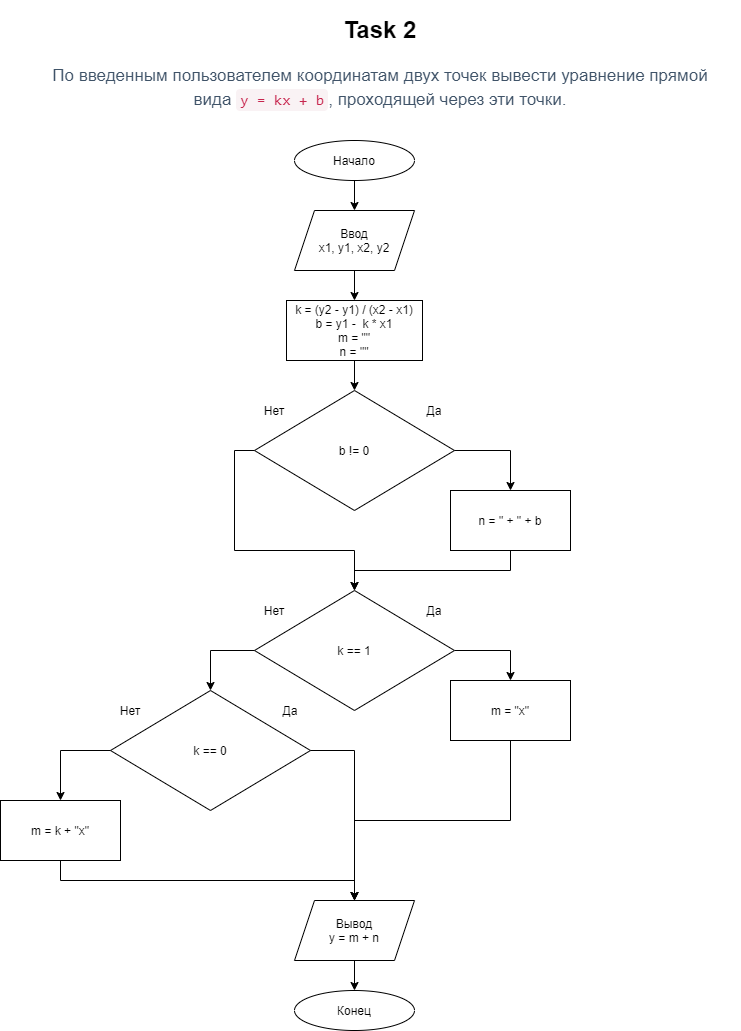
vic-k23/Geekbrains_algorithms_DS_on_Python keeps this draw.io diagram as Lesson1/FlowCharts/lesson1-Task-2.png. Above is the earlier version. Source tidied: cells renumbered, new cells last; positions are measured from the earlier drawing's top-left corner, leaving out a move shared by most shapes.
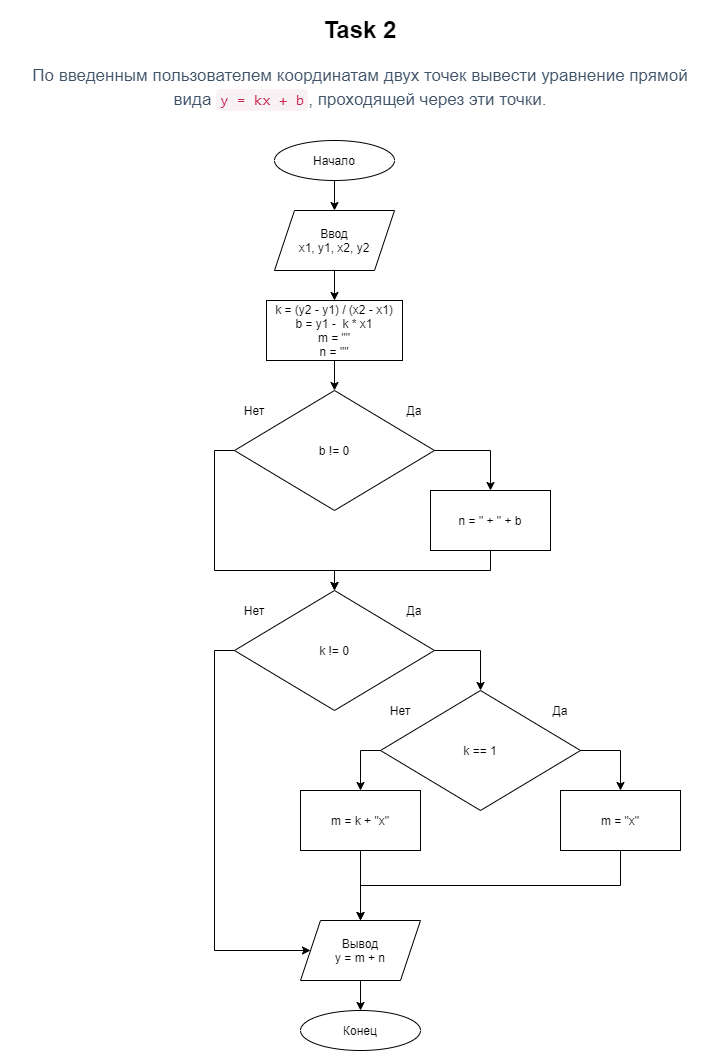
Above is the later version.

Change to the diagram source:
```diff
@@ -27,10 +27,10 @@
       <mxGeometry relative="1" as="geometry" />
     </mxCell>
     <mxCell id="10" value="Вывод&lt;br&gt;y = m + n" style="shape=parallelogram;perimeter=parallelogramPerimeter;whiteSpace=wrap;html=1;fixedSize=1;align=center;" parent="1" vertex="1">
-      <mxGeometry x="294" y="890" width="120" height="60" as="geometry" />
+      <mxGeometry x="320" y="910" width="120" height="60" as="geometry" />
     </mxCell>
     <mxCell id="11" value="Конец" style="ellipse;whiteSpace=wrap;html=1;align=center;" parent="1" vertex="1">
-      <mxGeometry x="294" y="980" width="120" height="40" as="geometry" />
+      <mxGeometry x="320" y="1000" width="120" height="40" as="geometry" />
     </mxCell>
     <mxCell id="12" style="group;align=center;" parent="1" vertex="1">
       <mxGeometry x="254" y="380" width="200" height="120" as="geometry" />
@@ -51,12 +51,12 @@
       <mxGeometry x="450" y="480" width="120" height="60" as="geometry" />
     </mxCell>
     <mxCell id="18" style="group;align=center;" parent="1" vertex="1">
-      <mxGeometry x="254" y="580" width="316" height="180" as="geometry" />
+      <mxGeometry x="254" y="580" width="346" height="220" as="geometry" />
     </mxCell>
-    <mxCell id="19" style="edgeStyle=orthogonalEdgeStyle;rounded=0;jettySize=auto;html=1;exitX=1;exitY=0.5;exitDx=0;exitDy=0;entryX=0.5;entryY=0;entryDx=0;entryDy=0;" parent="18" edge="1" source="20" target="23">
-      <mxGeometry relative="1" as="geometry" />
-    </mxCell>
+    <mxCell id="30" style="edgeStyle=orthogonalEdgeStyle;rounded=0;jettySize=auto;html=1;exitX=1;exitY=0.5;exitDx=0;exitDy=0;entryX=0.5;entryY=0;entryDx=0;entryDy=0;" parent="18" edge="1" source="20" target="25">
+      <mxGeometry relative="1" as="geometry" />
+    </mxCell>
-    <mxCell id="20" value="k == 1" style="rhombus;whiteSpace=wrap;html=1;align=center;" parent="18" vertex="1">
+    <mxCell id="20" value="k != 0" style="rhombus;whiteSpace=wrap;html=1;align=center;" parent="18" vertex="1">
       <mxGeometry width="200" height="120" as="geometry" />
     </mxCell>
     <mxCell id="21" value="Нет" style="text;html=1;strokeColor=none;fillColor=none;align=center;verticalAlign=middle;whiteSpace=wrap;rounded=0;" parent="18" vertex="1">
@@ -65,13 +65,10 @@
     <mxCell id="22" value="Да" style="text;html=1;strokeColor=none;fillColor=none;align=center;verticalAlign=middle;whiteSpace=wrap;rounded=0;" parent="18" vertex="1">
       <mxGeometry x="160" y="10" width="40" height="20" as="geometry" />
     </mxCell>
-    <mxCell id="23" value="m = &quot;x&quot;" style="rounded=0;whiteSpace=wrap;html=1;align=center;" parent="18" vertex="1">
-      <mxGeometry x="196" y="90" width="120" height="60" as="geometry" />
-    </mxCell>
-    <mxCell id="24" style="group;align=center;" parent="1" vertex="1">
-      <mxGeometry x="110" y="680" width="200" height="120" as="geometry" />
+    <mxCell id="24" style="group;align=center;" parent="18" vertex="1">
+      <mxGeometry x="146" y="100" width="200" height="120" as="geometry" />
     </mxCell>
-    <mxCell id="25" value="k == 0" style="rhombus;whiteSpace=wrap;html=1;align=center;" parent="24" vertex="1">
+    <mxCell id="25" value="k == 1" style="rhombus;whiteSpace=wrap;html=1;align=center;" parent="24" vertex="1">
       <mxGeometry width="200" height="120" as="geometry" />
     </mxCell>
     <mxCell id="26" value="Нет" style="text;html=1;strokeColor=none;fillColor=none;align=center;verticalAlign=middle;whiteSpace=wrap;rounded=0;" parent="24" vertex="1">
@@ -84,11 +81,8 @@
       <mxGeometry relative="1" as="geometry" />
     </mxCell>
     <mxCell id="29" value="m = k + &quot;x&quot;" style="rounded=0;whiteSpace=wrap;html=1;align=center;" parent="1" vertex="1">
-      <mxGeometry y="790" width="120" height="60" as="geometry" />
+      <mxGeometry x="320" y="780" width="120" height="60" as="geometry" />
     </mxCell>
-    <mxCell id="30" style="edgeStyle=orthogonalEdgeStyle;rounded=0;jettySize=auto;html=1;exitX=0;exitY=0.5;exitDx=0;exitDy=0;entryX=0.5;entryY=0;entryDx=0;entryDy=0;" parent="1" edge="1" source="20" target="25">
-      <mxGeometry relative="1" as="geometry" />
-    </mxCell>
     <mxCell id="31" style="edgeStyle=orthogonalEdgeStyle;rounded=0;jettySize=auto;html=1;exitX=0;exitY=0.5;exitDx=0;exitDy=0;entryX=0.5;entryY=0;entryDx=0;entryDy=0;" parent="1" edge="1" source="25" target="29">
       <mxGeometry relative="1" as="geometry" />
     </mxCell>
@@ -96,13 +90,30 @@
       <mxGeometry relative="1" as="geometry" />
     </mxCell>
     <mxCell id="33" style="edgeStyle=orthogonalEdgeStyle;rounded=0;jettySize=auto;html=1;exitX=0;exitY=0.5;exitDx=0;exitDy=0;" parent="1" edge="1" source="13" target="20">
-      <mxGeometry relative="1" as="geometry" />
+      <mxGeometry relative="1" as="geometry">
+        <Array as="points">
+          <mxPoint x="234" y="440" />
+          <mxPoint x="234" y="560" />
+          <mxPoint x="354" y="560" />
+        </Array>
+      </mxGeometry>
     </mxCell>
-    <mxCell id="34" style="edgeStyle=orthogonalEdgeStyle;rounded=0;jettySize=auto;html=1;exitX=1;exitY=0.5;exitDx=0;exitDy=0;entryX=0.5;entryY=0;entryDx=0;entryDy=0;" parent="1" edge="1" source="25" target="10">
-      <mxGeometry relative="1" as="geometry" />
-    </mxCell>
     <mxCell id="35" style="edgeStyle=orthogonalEdgeStyle;rounded=0;jettySize=auto;html=1;exitX=0.5;exitY=1;exitDx=0;exitDy=0;" parent="1" edge="1" source="23" target="10">
       <mxGeometry relative="1" as="geometry" />
     </mxCell>
+    <mxCell id="23" value="m = &quot;x&quot;" style="rounded=0;whiteSpace=wrap;html=1;align=center;" parent="1" vertex="1">
+      <mxGeometry x="580" y="780" width="120" height="60" as="geometry" />
+    </mxCell>
+    <mxCell id="36" style="edgeStyle=orthogonalEdgeStyle;rounded=0;jettySize=auto;html=1;exitX=0;exitY=0.5;exitDx=0;exitDy=0;entryX=0;entryY=0.5;entryDx=0;entryDy=0;" parent="1" edge="1" source="20" target="10">
+      <mxGeometry relative="1" as="geometry">
+        <Array as="points">
+          <mxPoint x="234" y="640" />
+          <mxPoint x="234" y="940" />
+        </Array>
+      </mxGeometry>
+    </mxCell>
+    <mxCell id="37" style="edgeStyle=orthogonalEdgeStyle;rounded=0;jettySize=auto;html=1;exitX=1;exitY=0.5;exitDx=0;exitDy=0;entryX=0.5;entryY=0;entryDx=0;entryDy=0;" parent="1" edge="1" source="25" target="23">
+      <mxGeometry relative="1" as="geometry" />
+    </mxCell>
   </root>
 </mxGraphModel>
```
